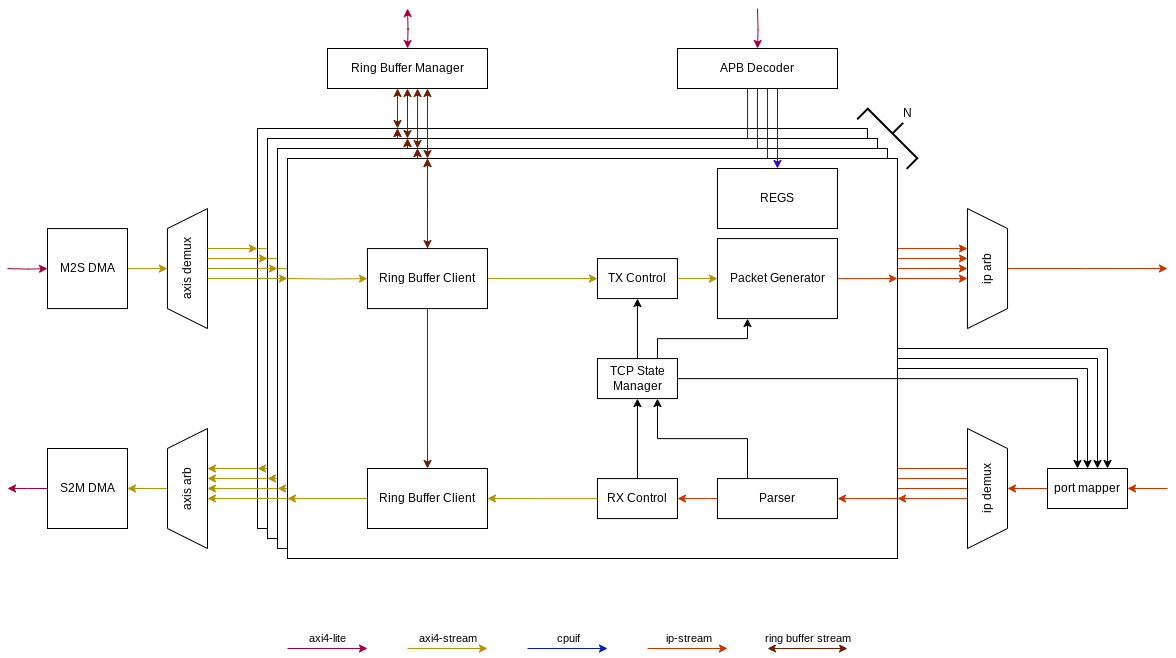
Above: hw/super6502_fpga/src/sub/network_processor/doc/tcp.drawio.png in bman12three4/super6502 (draw.io), before the change. Source tidied: cells renumbered, new cells last; positions are measured from the earlier drawing's top-left corner, leaving out a move shared by most shapes.
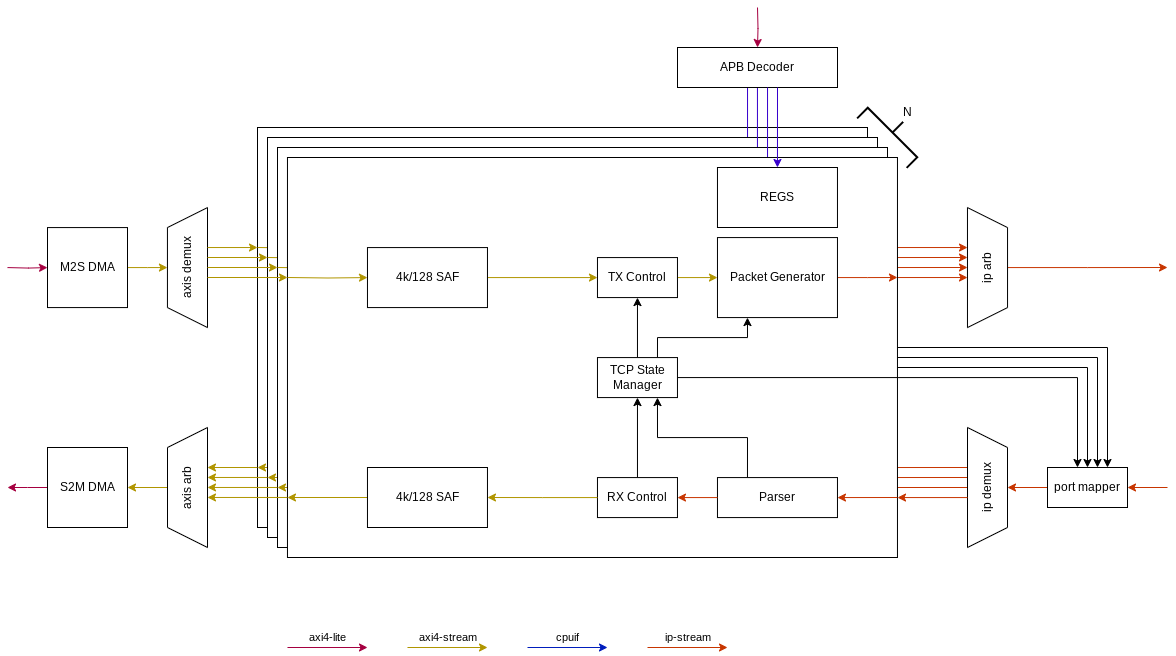
After the commit.

Commit message:
Change from ddr buffers to regular fifos

Diff of the diagram source:
```diff
@@ -8,20 +8,6 @@
     <mxCell id="3" style="group;strokeColor=default;fillColor=none;" parent="2" vertex="1">
       <mxGeometry width="610" height="400" as="geometry" />
     </mxCell>
-    <mxCell id="4" style="edgeStyle=orthogonalEdgeStyle;rounded=0;jettySize=auto;html=1;fillColor=#d80073;strokeColor=#A50040;startArrow=classic;startFill=1;" parent="2" edge="1" source="25">
-      <mxGeometry relative="1" as="geometry">
-        <mxPoint x="140" as="targetPoint" />
-      </mxGeometry>
-    </mxCell>
-    <mxCell id="5" style="edgeStyle=orthogonalEdgeStyle;rounded=0;jettySize=auto;html=1;fillColor=#a0522d;strokeColor=#6D1F00;startArrow=classic;startFill=1;" parent="2" edge="1" source="24">
-      <mxGeometry relative="1" as="geometry">
-        <mxPoint x="140" as="targetPoint" />
-        <Array as="points">
-          <mxPoint x="140" y="110" />
-          <mxPoint x="140" y="110" />
-        </Array>
-      </mxGeometry>
-    </mxCell>
     <mxCell id="6" style="edgeStyle=orthogonalEdgeStyle;rounded=0;jettySize=auto;html=1;fillColor=#e3c800;strokeColor=#B09500;" parent="2" edge="1" target="25">
       <mxGeometry relative="1" as="geometry">
         <mxPoint y="120" as="sourcePoint" />
@@ -102,20 +88,6 @@
     <mxCell id="28" style="group;strokeColor=default;fillColor=none;" parent="27" vertex="1">
       <mxGeometry width="610" height="400" as="geometry" />
     </mxCell>
-    <mxCell id="29" style="edgeStyle=orthogonalEdgeStyle;rounded=0;jettySize=auto;html=1;fillColor=#d80073;strokeColor=#A50040;startArrow=classic;startFill=1;" parent="27" edge="1" source="50">
-      <mxGeometry relative="1" as="geometry">
-        <mxPoint x="140" as="targetPoint" />
-      </mxGeometry>
-    </mxCell>
-    <mxCell id="30" style="edgeStyle=orthogonalEdgeStyle;rounded=0;jettySize=auto;html=1;fillColor=#a0522d;strokeColor=#6D1F00;startArrow=classic;startFill=1;" parent="27" edge="1" source="49">
-      <mxGeometry relative="1" as="geometry">
-        <mxPoint x="140" as="targetPoint" />
-        <Array as="points">
-          <mxPoint x="140" y="110" />
-          <mxPoint x="140" y="110" />
-        </Array>
-      </mxGeometry>
-    </mxCell>
     <mxCell id="31" style="edgeStyle=orthogonalEdgeStyle;rounded=0;jettySize=auto;html=1;fillColor=#e3c800;strokeColor=#B09500;" parent="27" edge="1" target="50">
       <mxGeometry relative="1" as="geometry">
         <mxPoint y="120" as="sourcePoint" />
@@ -196,20 +168,6 @@
     <mxCell id="53" style="group;strokeColor=default;fillColor=none;" parent="52" vertex="1">
       <mxGeometry width="610" height="400" as="geometry" />
     </mxCell>
-    <mxCell id="54" style="edgeStyle=orthogonalEdgeStyle;rounded=0;jettySize=auto;html=1;fillColor=#d80073;strokeColor=#A50040;startArrow=classic;startFill=1;" parent="52" edge="1" source="75">
-      <mxGeometry relative="1" as="geometry">
-        <mxPoint x="140" as="targetPoint" />
-      </mxGeometry>
-    </mxCell>
-    <mxCell id="55" style="edgeStyle=orthogonalEdgeStyle;rounded=0;jettySize=auto;html=1;fillColor=#a0522d;strokeColor=#6D1F00;startArrow=classic;startFill=1;" parent="52" edge="1" source="74">
-      <mxGeometry relative="1" as="geometry">
-        <mxPoint x="140" as="targetPoint" />
-        <Array as="points">
-          <mxPoint x="140" y="110" />
-          <mxPoint x="140" y="110" />
-        </Array>
-      </mxGeometry>
-    </mxCell>
     <mxCell id="56" style="edgeStyle=orthogonalEdgeStyle;rounded=0;jettySize=auto;html=1;fillColor=#e3c800;strokeColor=#B09500;" parent="52" edge="1" target="75">
       <mxGeometry relative="1" as="geometry">
         <mxPoint y="120" as="sourcePoint" />
@@ -349,12 +307,6 @@
         <mxPoint x="960" y="490.1" as="targetPoint" />
       </mxGeometry>
     </mxCell>
-    <mxCell id="91" style="edgeStyle=orthogonalEdgeStyle;rounded=0;orthogonalLoop=1;jettySize=auto;html=1;startArrow=classic;startFill=1;fillColor=#d80073;strokeColor=#A50040;" parent="1" edge="1">
-      <mxGeometry relative="1" as="geometry">
-        <mxPoint x="400" y="40" as="sourcePoint" />
-        <mxPoint x="400" as="targetPoint" />
-      </mxGeometry>
-    </mxCell>
     <mxCell id="92" value="axis demux" style="shape=trapezoid;perimeter=trapezoidPerimeter;whiteSpace=wrap;html=1;fixedSize=1;rotation=-90;" parent="1" vertex="1">
       <mxGeometry x="120" y="240" width="120" height="40.1" as="geometry" />
     </mxCell>
@@ -395,20 +347,6 @@
     <mxCell id="102" style="group;strokeColor=default;fillColor=none;" parent="101" vertex="1">
       <mxGeometry width="610" height="400" as="geometry" />
     </mxCell>
-    <mxCell id="103" style="edgeStyle=orthogonalEdgeStyle;rounded=0;jettySize=auto;html=1;fillColor=#a0522d;strokeColor=#6D1F00;startArrow=classic;startFill=1;" parent="101" edge="1" source="124">
-      <mxGeometry relative="1" as="geometry">
-        <mxPoint x="140" as="targetPoint" />
-      </mxGeometry>
-    </mxCell>
-    <mxCell id="104" style="edgeStyle=orthogonalEdgeStyle;rounded=0;jettySize=auto;html=1;fillColor=#a0522d;strokeColor=#6D1F00;startArrow=classic;startFill=1;" parent="101" edge="1" source="123">
-      <mxGeometry relative="1" as="geometry">
-        <mxPoint x="140" as="targetPoint" />
-        <Array as="points">
-          <mxPoint x="140" y="110" />
-          <mxPoint x="140" y="110" />
-        </Array>
-      </mxGeometry>
-    </mxCell>
     <mxCell id="105" style="edgeStyle=orthogonalEdgeStyle;rounded=0;jettySize=auto;html=1;fillColor=#e3c800;strokeColor=#B09500;" parent="101" edge="1" target="124">
       <mxGeometry relative="1" as="geometry">
         <mxPoint y="120" as="sourcePoint" />
@@ -471,36 +409,12 @@
     <mxCell id="122" value="REGS" style="rounded=0;whiteSpace=wrap;html=1;" parent="101" vertex="1">
       <mxGeometry x="430" y="10" width="120" height="60" as="geometry" />
     </mxCell>
-    <mxCell id="123" value="Ring Buffer Client" style="rounded=0;whiteSpace=wrap;html=1;" parent="101" vertex="1">
+    <mxCell id="123" value="4k/128 SAF" style="rounded=0;whiteSpace=wrap;html=1;" parent="101" vertex="1">
       <mxGeometry x="80" y="310" width="120" height="60" as="geometry" />
     </mxCell>
-    <mxCell id="124" value="Ring Buffer Client" style="rounded=0;whiteSpace=wrap;html=1;" parent="101" vertex="1">
+    <mxCell id="124" value="4k/128 SAF" style="rounded=0;whiteSpace=wrap;html=1;" parent="101" vertex="1">
       <mxGeometry x="80" y="90.1" width="120" height="60" as="geometry" />
     </mxCell>
-    <mxCell id="125" style="endArrow=classic;html=1;rounded=0;entryX=0.625;entryY=1;entryDx=0;entryDy=0;entryPerimeter=0;fillColor=#a0522d;strokeColor=#6D1F00;startArrow=classic;startFill=1;" parent="1" edge="1">
-      <mxGeometry relative="1" as="geometry">
-        <mxPoint x="420" y="150" as="sourcePoint" />
-        <mxPoint x="420" y="80" as="targetPoint" />
-      </mxGeometry>
-    </mxCell>
-    <mxCell id="126" style="endArrow=classic;html=1;rounded=0;entryX=0.563;entryY=1;entryDx=0;entryDy=0;entryPerimeter=0;fillColor=#a0522d;strokeColor=#6D1F00;startArrow=classic;startFill=1;" parent="1" edge="1">
-      <mxGeometry relative="1" as="geometry">
-        <mxPoint x="410" y="140" as="sourcePoint" />
-        <mxPoint x="410.1" y="80" as="targetPoint" />
-      </mxGeometry>
-    </mxCell>
-    <mxCell id="127" style="endArrow=classic;html=1;rounded=0;entryX=0.5;entryY=1;entryDx=0;entryDy=0;fillColor=#a0522d;strokeColor=#6D1F00;startArrow=classic;startFill=1;" parent="1" edge="1">
-      <mxGeometry relative="1" as="geometry">
-        <mxPoint x="400" y="130" as="sourcePoint" />
-        <mxPoint x="400" y="80" as="targetPoint" />
-      </mxGeometry>
-    </mxCell>
-    <mxCell id="128" style="endArrow=classic;html=1;rounded=0;entryX=0.438;entryY=1;entryDx=0;entryDy=0;entryPerimeter=0;fillColor=#a0522d;strokeColor=#6D1F00;startArrow=classic;startFill=1;" parent="1" edge="1">
-      <mxGeometry relative="1" as="geometry">
-        <mxPoint x="390" y="120" as="sourcePoint" />
-        <mxPoint x="390.1" y="80" as="targetPoint" />
-      </mxGeometry>
-    </mxCell>
     <mxCell id="129" style="edgeStyle=orthogonalEdgeStyle;rounded=0;jettySize=auto;html=1;startArrow=classic;startFill=1;endArrow=none;endFill=0;fillColor=#6a00ff;strokeColor=#3700CC;exitX=0.5;exitY=0;exitDx=0;exitDy=0;entryX=0.625;entryY=1;entryDx=0;entryDy=0;entryPerimeter=0;" parent="1" edge="1" source="122" target="80">
       <mxGeometry relative="1" as="geometry" />
     </mxCell>
@@ -634,19 +548,5 @@
         <mxPoint x="1160" y="480" as="sourcePoint" />
       </mxGeometry>
     </mxCell>
-    <mxCell id="153" value="Ring Buffer Manager" style="rounded=0;whiteSpace=wrap;html=1;" parent="1" vertex="1">
-      <mxGeometry x="320" y="40" width="160" height="40" as="geometry" />
-    </mxCell>
-    <mxCell id="154" style="endArrow=classic;html=1;rounded=0;fillColor=#a0522d;strokeColor=#6D1F00;startArrow=classic;startFill=1;" parent="1" edge="1">
-      <mxGeometry relative="1" as="geometry">
-        <mxPoint x="760" y="640" as="sourcePoint" />
-        <mxPoint x="840" y="640" as="targetPoint" />
-      </mxGeometry>
-    </mxCell>
-    <mxCell id="155" value="ring buffer stream" style="edgeLabel;html=1;align=center;verticalAlign=middle;" parent="154" vertex="1">
-      <mxGeometry x="-0.25" y="-1" relative="1" as="geometry">
-        <mxPoint x="10" y="-11" as="offset" />
-      </mxGeometry>
-    </mxCell>
   </root>
 </mxGraphModel>
```
